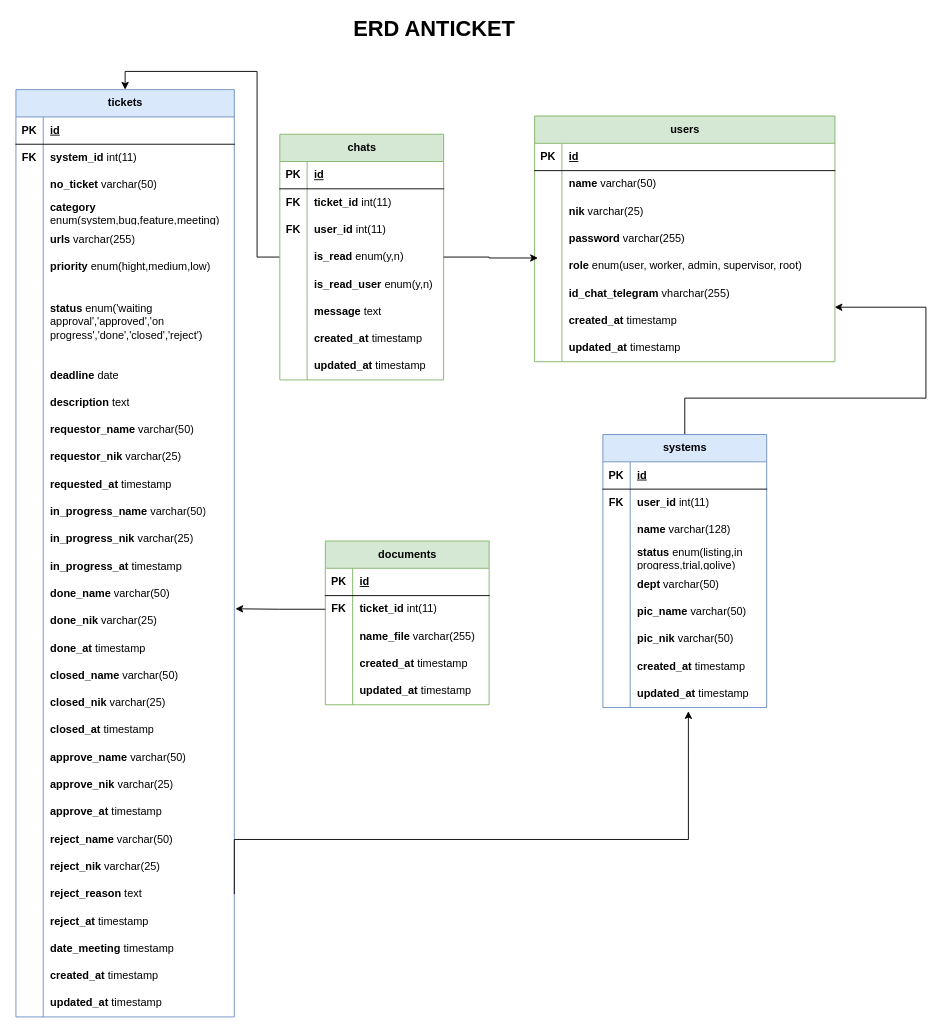
Earlier version of the draw.io diagram document/ERD Anticket.drawio (andarutr/anticket-ci3). Source tidied: cells renumbered, new cells numbered last; positions are measured from the earlier drawing's top-left corner, leaving out a move shared by most shapes. Both pictures are drawn from the tidied source at 91%, with x=0, y=0 at pixel (15, 15).
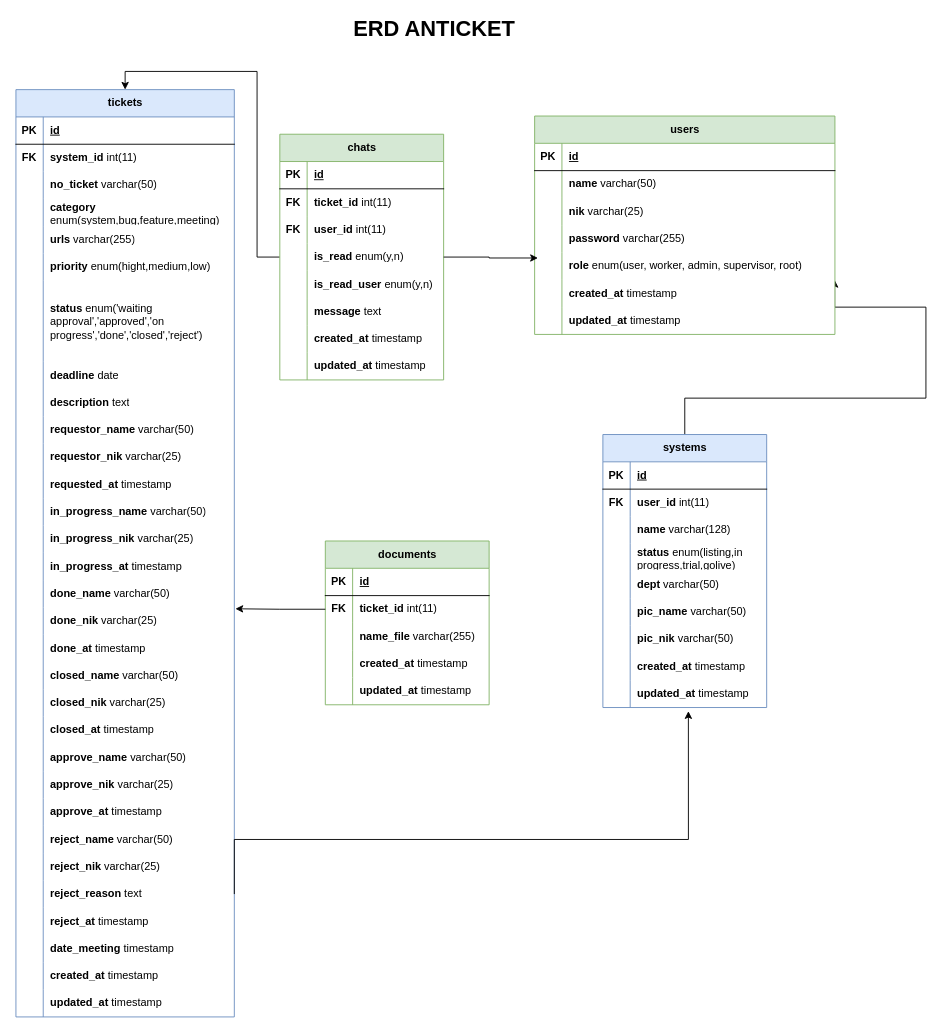
The same page after the edit.

Diff of the diagram source:
```diff
@@
     <mxCell id="152" value="users" style="shape=table;startSize=30;childLayout=tableLayout;rowLines=0;fontStyle=1;align=center;html=1;swimlaneFillColor=default;fillColor=#d5e8d4;strokeColor=#82b366;" parent="1" vertex="1">
-      <mxGeometry x="570" y="110" width="330" height="270" as="geometry" />
+      <mxGeometry x="570" y="110" width="330" height="240" as="geometry" />
     </mxCell>
@@
-    <mxCell id="168" style="shape=tableRow;horizontal=0;startSize=0;swimlaneHead=0;swimlaneBody=0;fillColor=none;top=0;left=0;right=0;bottom=0;" parent="152" vertex="1">
-      <mxGeometry y="180" width="330" height="30" as="geometry" />
-    </mxCell>
-    <mxCell id="169" style="shape=partialRectangle;fillColor=none;top=0;left=0;bottom=0;right=0;overflow=hidden;whiteSpace=wrap;html=1;" parent="168" vertex="1">
-      <mxGeometry width="30" height="30" as="geometry" />
-    </mxCell>
-    <mxCell id="170" value="&lt;b&gt;id_chat_telegram &lt;/b&gt;vharchar(255)" style="shape=partialRectangle;fillColor=none;top=0;left=0;bottom=0;right=0;align=left;spacingLeft=6;overflow=hidden;whiteSpace=wrap;html=1;" parent="168" vertex="1">
-      <mxGeometry x="30" width="300" height="30" as="geometry" />
-    </mxCell>
     <mxCell id="171" style="shape=tableRow;horizontal=0;startSize=0;swimlaneHead=0;swimlaneBody=0;fillColor=none;points=[[0,0.5],[1,0.5]];portConstraint=eastwest;top=0;left=0;right=0;bottom=0;" parent="152" vertex="1">
-      <mxGeometry y="210" width="330" height="30" as="geometry" />
+      <mxGeometry y="180" width="330" height="30" as="geometry" />
     </mxCell>
@@
     <mxCell id="174" style="shape=tableRow;horizontal=0;startSize=0;swimlaneHead=0;swimlaneBody=0;fillColor=none;top=0;left=0;right=0;bottom=0;" parent="152" vertex="1">
-      <mxGeometry y="240" width="330" height="30" as="geometry" />
+      <mxGeometry y="210" width="330" height="30" as="geometry" />
     </mxCell>
```
